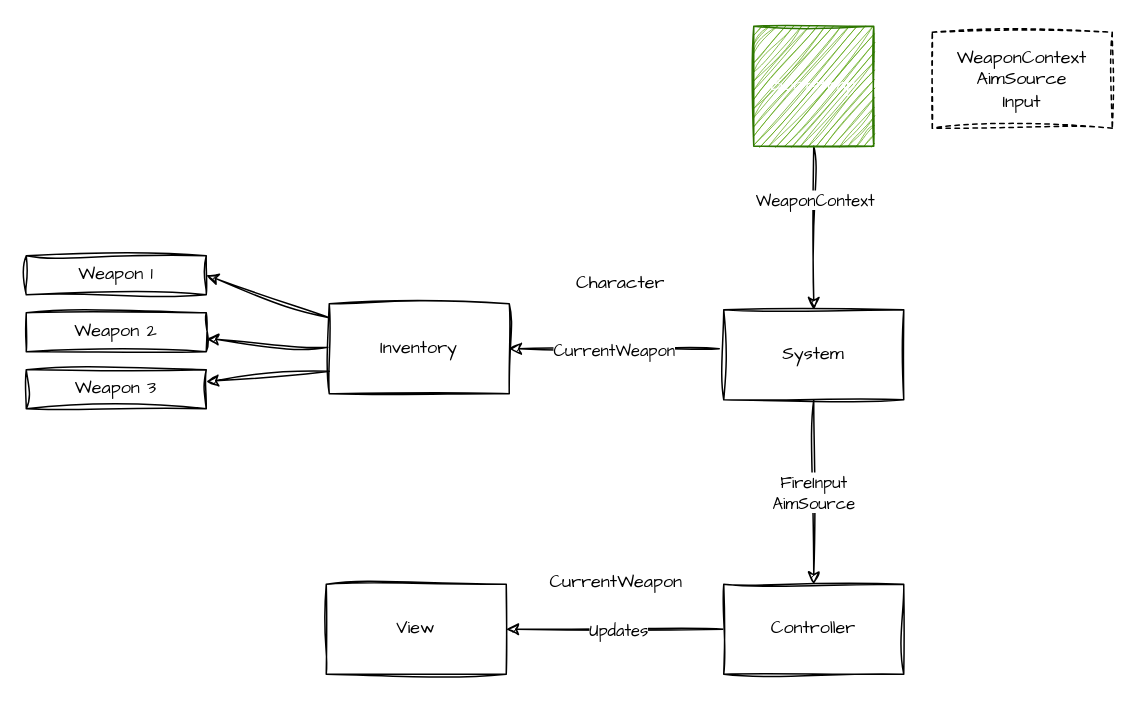
This is Assets/_Project/Drawio/Game.drawio from dylinstoen/AbruptRecordScratch, a draw.io file, before an edit. Source tidied: cells renumbered, new cells numbered last; positions are measured from the earlier drawing's top-left corner, leaving out a move shared by most shapes. Both pictures are drawn from the tidied source at 150%, with x=0, y=0 at pixel (26, 26).
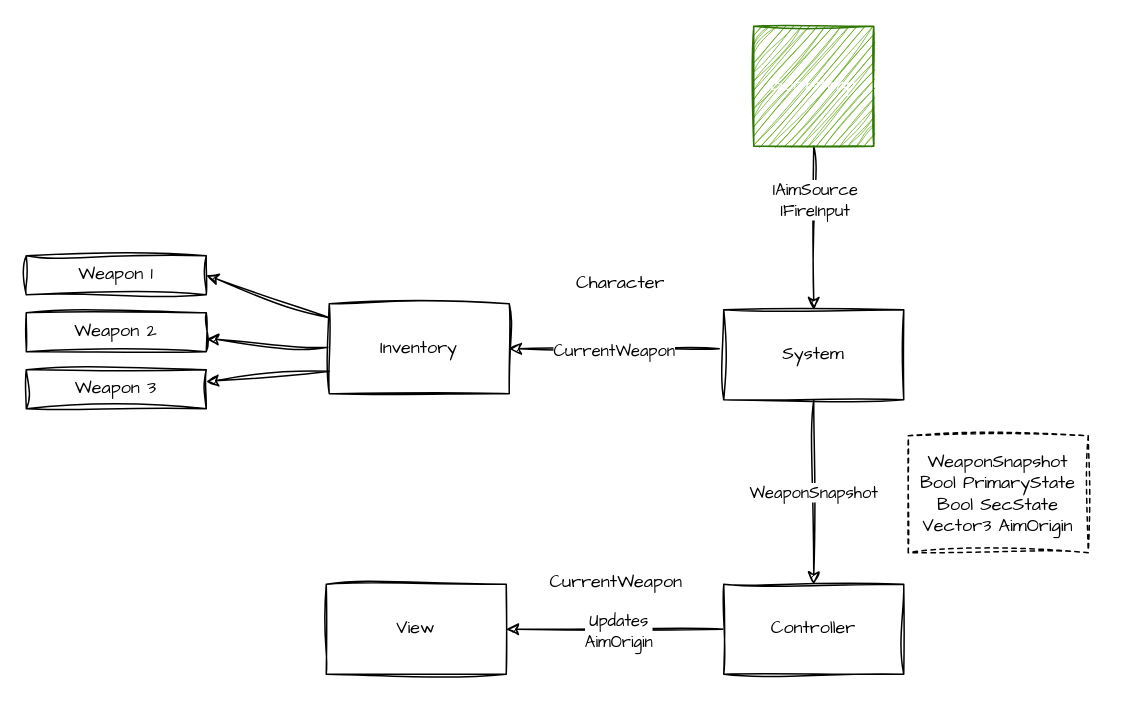
After the change.

The change refers to these unchanged cells:
```xml
<mxCell id="2" style="edgeStyle=orthogonalEdgeStyle;rounded=0;sketch=1;hachureGap=4;jiggle=2;curveFitting=1;jettySize=auto;html=1;fontFamily=Architects Daughter;" parent="1" edge="1" source="4" target="10">
  <mxGeometry relative="1" as="geometry" />
</mxCell>
<mxCell id="8" style="edgeStyle=orthogonalEdgeStyle;rounded=0;sketch=1;hachureGap=4;jiggle=2;curveFitting=1;jettySize=auto;html=1;fontFamily=Architects Daughter;entryX=0.5;entryY=0;entryDx=0;entryDy=0;" parent="1" edge="1" source="10" target="19">
  <mxGeometry relative="1" as="geometry" />
</mxCell>
<mxCell id="17" style="edgeStyle=orthogonalEdgeStyle;rounded=0;sketch=1;hachureGap=4;jiggle=2;curveFitting=1;jettySize=auto;html=1;fontFamily=Architects Daughter;" parent="1" edge="1" source="19" target="20">
  <mxGeometry relative="1" as="geometry" />
</mxCell>
```

Diff of the diagram source:
```diff
@@
-    <mxCell id="3" value="WeaponContext" style="edgeLabel;html=1;align=center;verticalAlign=middle;sketch=1;hachureGap=4;jiggle=2;curveFitting=1;fontFamily=Architects Daughter;" parent="2" vertex="1">
+    <mxCell id="3" value="IAimSource&lt;div&gt;IFireInput&lt;/div&gt;" style="edgeLabel;html=1;align=center;verticalAlign=middle;sketch=1;hachureGap=4;jiggle=2;curveFitting=1;fontFamily=Architects Daughter;" parent="2" vertex="1">
       <mxGeometry x="0.1" y="2" relative="1" as="geometry">
         <mxPoint x="-2" y="-25" as="offset" />
       </mxGeometry>
     </mxCell>
@@
-    <mxCell id="9" value="FireInput&lt;div&gt;AimSource&lt;/div&gt;" style="edgeLabel;html=1;align=center;verticalAlign=middle;sketch=1;hachureGap=4;jiggle=2;curveFitting=1;fontFamily=Architects Daughter;" parent="8" vertex="1">
+    <mxCell id="9" value="WeaponSnapshot" style="edgeLabel;html=1;align=center;verticalAlign=middle;sketch=1;hachureGap=4;jiggle=2;curveFitting=1;fontFamily=Architects Daughter;" parent="8" vertex="1">
       <mxGeometry x="-0.01" y="-1" relative="1" as="geometry" />
     </mxCell>
@@
-    <mxCell id="18" value="Updates" style="edgeLabel;html=1;align=center;verticalAlign=middle;sketch=1;hachureGap=4;jiggle=2;curveFitting=1;fontFamily=Architects Daughter;" parent="17" vertex="1">
+    <mxCell id="18" value="Updates&lt;div&gt;AimOrigin&lt;/div&gt;" style="edgeLabel;html=1;align=center;verticalAlign=middle;sketch=1;hachureGap=4;jiggle=2;curveFitting=1;fontFamily=Architects Daughter;" parent="17" vertex="1">
       <mxGeometry x="-0.21" y="2" relative="1" as="geometry">
         <mxPoint x="-14" y="-2" as="offset" />
       </mxGeometry>
     </mxCell>
@@
-    <mxCell id="23" value="&lt;div&gt;WeaponContext&lt;/div&gt;AimSource&lt;div&gt;&lt;span style=&quot;background-color: transparent; color: light-dark(rgb(0, 0, 0), rgb(255, 255, 255));&quot;&gt;Input&lt;/span&gt;&lt;/div&gt;" style="rounded=0;whiteSpace=wrap;html=1;sketch=1;hachureGap=4;jiggle=2;curveFitting=1;fontFamily=Architects Daughter;dashed=1;arcSize=22;" parent="1" vertex="1">
-      <mxGeometry x="604" y="4" width="120" height="64" as="geometry" />
+    <mxCell id="23" value="WeaponSnapshot&lt;div&gt;Bool PrimaryState&lt;/div&gt;&lt;div&gt;Bool SecState&lt;/div&gt;&lt;div&gt;Vector3 AimOrigin&lt;/div&gt;" style="rounded=0;whiteSpace=wrap;html=1;sketch=1;hachureGap=4;jiggle=2;curveFitting=1;fontFamily=Architects Daughter;dashed=1;arcSize=22;" parent="1" vertex="1">
+      <mxGeometry x="588" y="273" width="120" height="78" as="geometry" />
     </mxCell>
```
